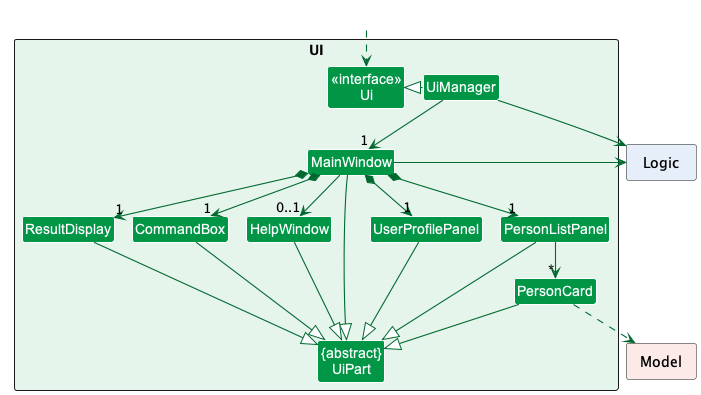
Before: docs/images/UiClassDiagram.png, a diagram exported from PlantUML (nus-cs2103-AY2223S2/tp).
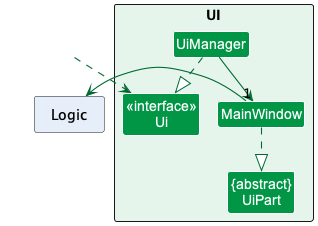
Above is the later version.

Diff of the diagram source:
```diff
@@ -10,15 +10,6 @@
 Class "{abstract}\nUiPart" as UiPart
 Class UiManager
 Class MainWindow
-Class HelpWindow
-Class ResultDisplay
-Class PersonListPanel
-Class PersonCard
-Class UserProfilePanel
-Class CommandBox
-}
-
-package Model <<Rectangle>> MODEL_COLOR_BACKGROUND {
 }
 
 package Logic <<Rectangle>> LOGIC_COLOR_BACKGROUND {
@@ -27,34 +18,12 @@
 Class HiddenOutside #FFFFFF
 HiddenOutside ..> Ui
 
-UiManager .left.|> Ui
-UiManager -down-> "1" MainWindow
-MainWindow *-down-> "1" UserProfilePanel
-MainWindow *-down->  "1" CommandBox
-MainWindow *-down-> "1" ResultDisplay
-MainWindow *-down-> "1" PersonListPanel
-MainWindow --> "0..1" HelpWindow
+UiManager ..|> Ui
 
-PersonListPanel -down-> "*" PersonCard
+UiManager --> "1" MainWindow
 
-MainWindow --|> UiPart
-
-ResultDisplay --|> UiPart
-CommandBox --|> UiPart
-PersonListPanel --|> UiPart
-PersonCard --|> UiPart
-UserProfilePanel --|> UiPart
-HelpWindow --|> UiPart
-
-PersonCard ..> Model
-UiManager -right-> Logic
 MainWindow -right-> Logic
 
-PersonListPanel -[hidden]left- HelpWindow
-HelpWindow -[hidden]left- CommandBox
-CommandBox -[hidden]left- ResultDisplay
-UserProfilePanel -[hidden]left- HelpWindow
+MainWindow ..|> UiPart
 
-
-MainWindow -[hidden]-|> UiPart
 @enduml
```
